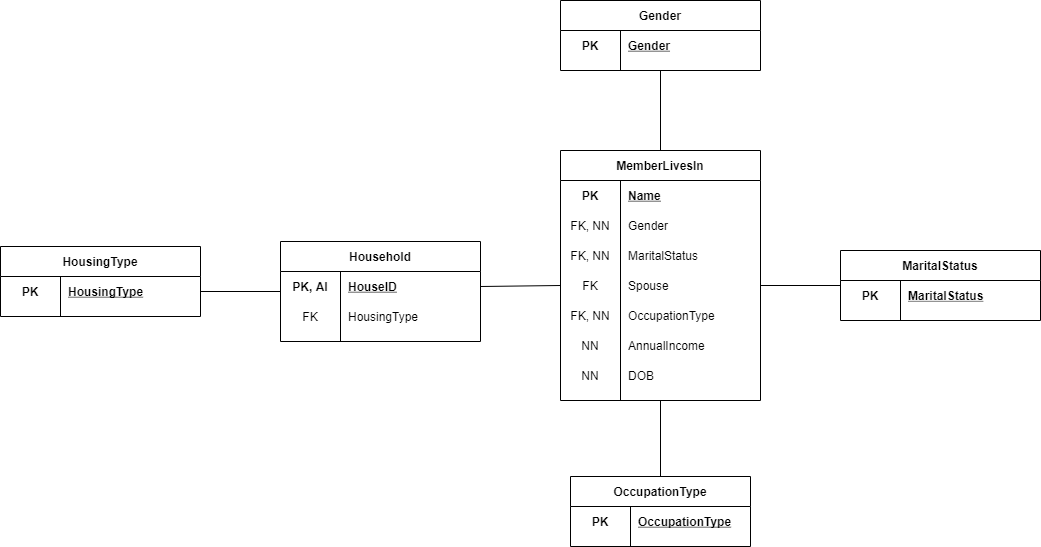
LoginDenied/GovTech-TAP2021-Meteor keeps this draw.io diagram as Documentation/ERD - Expanded.png. Above is the earlier version. Source tidied: cells renumbered, new cells last; positions are measured from the earlier drawing's top-left corner, leaving out a move shared by most shapes.
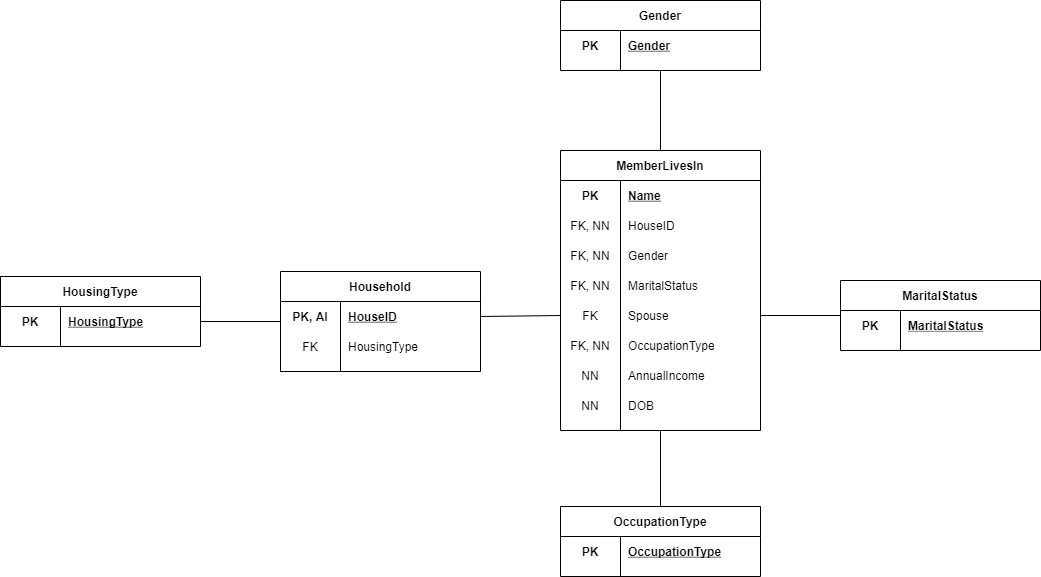
Later version of the same file.

Commit message:
Updated ERD to include HouseID FK

Change to the diagram source:
```diff
@@ -3,7 +3,7 @@
     <mxCell id="0" />
     <mxCell id="1" parent="0" />
     <mxCell id="2" value="MemberLivesIn" style="shape=table;startSize=30;rowLines=0;fontStyle=1;align=center;" parent="1" vertex="1">
-      <mxGeometry x="560" y="150" width="200" height="250" as="geometry" />
+      <mxGeometry x="560" y="120" width="200" height="280" as="geometry" />
     </mxCell>
     <mxCell id="3" style="shape=partialRectangle;fillColor=none;top=0;left=0;bottom=0;right=0;" parent="2" vertex="1">
       <mxGeometry y="30" width="200" height="30" as="geometry" />
@@ -14,8 +14,17 @@
     <mxCell id="5" value="Name" style="shape=partialRectangle;fillColor=none;top=0;left=0;bottom=0;right=0;align=left;spacingLeft=6;fontStyle=5;overflow=hidden;" parent="3" vertex="1">
       <mxGeometry x="60" width="140" height="30" as="geometry" />
     </mxCell>
+    <mxCell id="52" style="shape=partialRectangle;fillColor=none;top=0;left=0;bottom=0;right=0;" parent="2" vertex="1">
+      <mxGeometry y="60" width="200" height="30" as="geometry" />
+    </mxCell>
+    <mxCell id="53" value="FK, NN" style="shape=partialRectangle;fillColor=none;top=0;left=0;bottom=0;right=0;fontStyle=0;overflow=hidden;" parent="52" vertex="1">
+      <mxGeometry width="60" height="30" as="geometry" />
+    </mxCell>
+    <mxCell id="54" value="HouseID" style="shape=partialRectangle;fillColor=none;top=0;left=0;bottom=0;right=0;align=left;spacingLeft=6;fontStyle=0;overflow=hidden;" parent="52" vertex="1">
+      <mxGeometry x="60" width="140" height="30" as="geometry" />
+    </mxCell>
     <mxCell id="6" style="shape=partialRectangle;fillColor=none;top=0;left=0;bottom=0;right=0;" parent="2" vertex="1">
-      <mxGeometry y="60" width="200" height="30" as="geometry" />
+      <mxGeometry y="90" width="200" height="30" as="geometry" />
     </mxCell>
     <mxCell id="7" value="FK, NN" style="shape=partialRectangle;fillColor=none;top=0;left=0;bottom=0;right=0;fontStyle=0;overflow=hidden;" parent="6" vertex="1">
       <mxGeometry width="60" height="30" as="geometry" />
@@ -24,7 +33,7 @@
       <mxGeometry x="60" width="140" height="30" as="geometry" />
     </mxCell>
     <mxCell id="9" style="shape=partialRectangle;fillColor=none;top=0;left=0;bottom=0;right=0;" parent="2" vertex="1">
-      <mxGeometry y="90" width="200" height="30" as="geometry" />
+      <mxGeometry y="120" width="200" height="30" as="geometry" />
     </mxCell>
     <mxCell id="10" value="FK, NN" style="shape=partialRectangle;fillColor=none;top=0;left=0;bottom=0;right=0;fontStyle=0;overflow=hidden;" parent="9" vertex="1">
       <mxGeometry width="60" height="30" as="geometry" />
@@ -33,7 +42,7 @@
       <mxGeometry x="60" width="140" height="30" as="geometry" />
     </mxCell>
     <mxCell id="12" style="shape=partialRectangle;fillColor=none;top=0;left=0;bottom=0;right=0;points=[[0,0.5],[1,0.5]];portConstraint=eastwest;" parent="2" vertex="1">
-      <mxGeometry y="120" width="200" height="30" as="geometry" />
+      <mxGeometry y="150" width="200" height="30" as="geometry" />
     </mxCell>
     <mxCell id="13" value="FK" style="shape=partialRectangle;fillColor=none;top=0;left=0;bottom=0;right=0;fontStyle=0;overflow=hidden;" parent="12" vertex="1">
       <mxGeometry width="60" height="30" as="geometry" />
@@ -42,7 +51,7 @@
       <mxGeometry x="60" width="140" height="30" as="geometry" />
     </mxCell>
     <mxCell id="15" style="shape=partialRectangle;fillColor=none;top=0;left=0;bottom=0;right=0;" parent="2" vertex="1">
-      <mxGeometry y="150" width="200" height="30" as="geometry" />
+      <mxGeometry y="180" width="200" height="30" as="geometry" />
     </mxCell>
     <mxCell id="16" value="FK, NN" style="shape=partialRectangle;fillColor=none;top=0;left=0;bottom=0;right=0;fontStyle=0;overflow=hidden;" parent="15" vertex="1">
       <mxGeometry width="60" height="30" as="geometry" />
@@ -51,7 +60,7 @@
       <mxGeometry x="60" width="140" height="30" as="geometry" />
     </mxCell>
     <mxCell id="18" style="shape=partialRectangle;fillColor=none;top=0;left=0;bottom=0;right=0;" parent="2" vertex="1">
-      <mxGeometry y="180" width="200" height="30" as="geometry" />
+      <mxGeometry y="210" width="200" height="30" as="geometry" />
     </mxCell>
     <mxCell id="19" value="NN" style="shape=partialRectangle;fillColor=none;top=0;left=0;bottom=0;right=0;overflow=hidden;" parent="18" vertex="1">
       <mxGeometry width="60" height="30" as="geometry" />
@@ -60,7 +69,7 @@
       <mxGeometry x="60" width="140" height="30" as="geometry" />
     </mxCell>
     <mxCell id="21" style="shape=partialRectangle;fillColor=none;top=0;left=0;bottom=0;right=0;" parent="2" vertex="1">
-      <mxGeometry y="210" width="200" height="30" as="geometry" />
+      <mxGeometry y="240" width="200" height="30" as="geometry" />
     </mxCell>
     <mxCell id="22" value="NN" style="shape=partialRectangle;fillColor=none;top=0;left=0;bottom=0;right=0;overflow=hidden;" parent="21" vertex="1">
       <mxGeometry width="60" height="30" as="geometry" />
@@ -120,16 +129,16 @@
       <mxGeometry relative="1" as="geometry" />
     </mxCell>
     <mxCell id="41" value="OccupationType" style="shape=table;startSize=30;rowLines=0;fontStyle=1;align=center;" parent="1" vertex="1">
-      <mxGeometry x="570" y="476" width="180" height="70" as="geometry" />
+      <mxGeometry x="560" y="476" width="200" height="70" as="geometry" />
     </mxCell>
     <mxCell id="42" style="shape=partialRectangle;fillColor=none;top=0;left=0;bottom=0;right=0;" parent="41" vertex="1">
-      <mxGeometry y="30" width="180" height="30" as="geometry" />
+      <mxGeometry y="30" width="200" height="30" as="geometry" />
     </mxCell>
     <mxCell id="43" value="PK" style="shape=partialRectangle;fillColor=none;top=0;left=0;bottom=0;right=0;fontStyle=1;overflow=hidden;" parent="42" vertex="1">
       <mxGeometry width="60" height="30" as="geometry" />
     </mxCell>
     <mxCell id="44" value="OccupationType" style="shape=partialRectangle;fillColor=none;top=0;left=0;bottom=0;right=0;align=left;spacingLeft=6;fontStyle=5;overflow=hidden;" parent="42" vertex="1">
-      <mxGeometry x="60" width="120" height="30" as="geometry" />
+      <mxGeometry x="60" width="140" height="30" as="geometry" />
     </mxCell>
     <mxCell id="45" style="edgeStyle=none;rounded=0;jettySize=auto;html=1;exitX=0.5;exitY=1;exitDx=0;exitDy=0;endArrow=none;endFill=0;entryX=0.5;entryY=0;entryDx=0;entryDy=0;" parent="1" edge="1" source="2" target="41">
       <mxGeometry relative="1" as="geometry" />
@@ -141,7 +150,7 @@
       <mxGeometry relative="1" as="geometry" />
     </mxCell>
     <mxCell id="48" value="Gender" style="shape=table;startSize=30;rowLines=0;fontStyle=1;align=center;" parent="1" vertex="1">
-      <mxGeometry x="560" width="200" height="70" as="geometry" />
+      <mxGeometry x="560" y="-30" width="200" height="70" as="geometry" />
     </mxCell>
     <mxCell id="49" style="shape=partialRectangle;fillColor=none;top=0;left=0;bottom=0;right=0;" parent="48" vertex="1">
       <mxGeometry y="30" width="200" height="30" as="geometry" />
```
